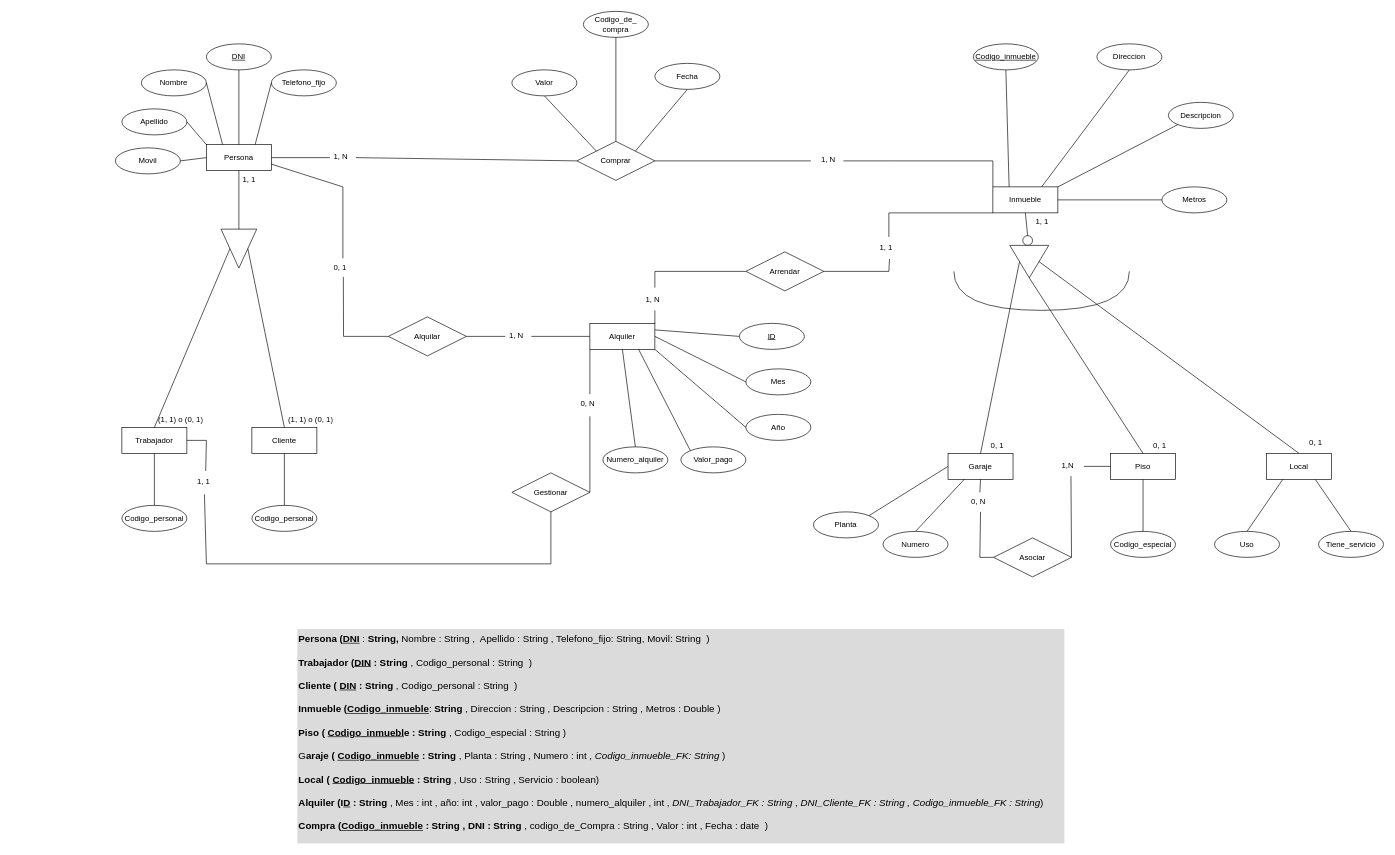
This is Actividad_18_C3_UD12.drawio from jordimall/jmg-tsys-ta12diagramasER-drawio-111023, a draw.io file, before an edit. Source tidied: cells renumbered, new cells numbered last; positions are measured from the earlier drawing's top-left corner, leaving out a move shared by most shapes. Both pictures are drawn from the tidied source at 65%, with x=0, y=0 at pixel (115, 11).
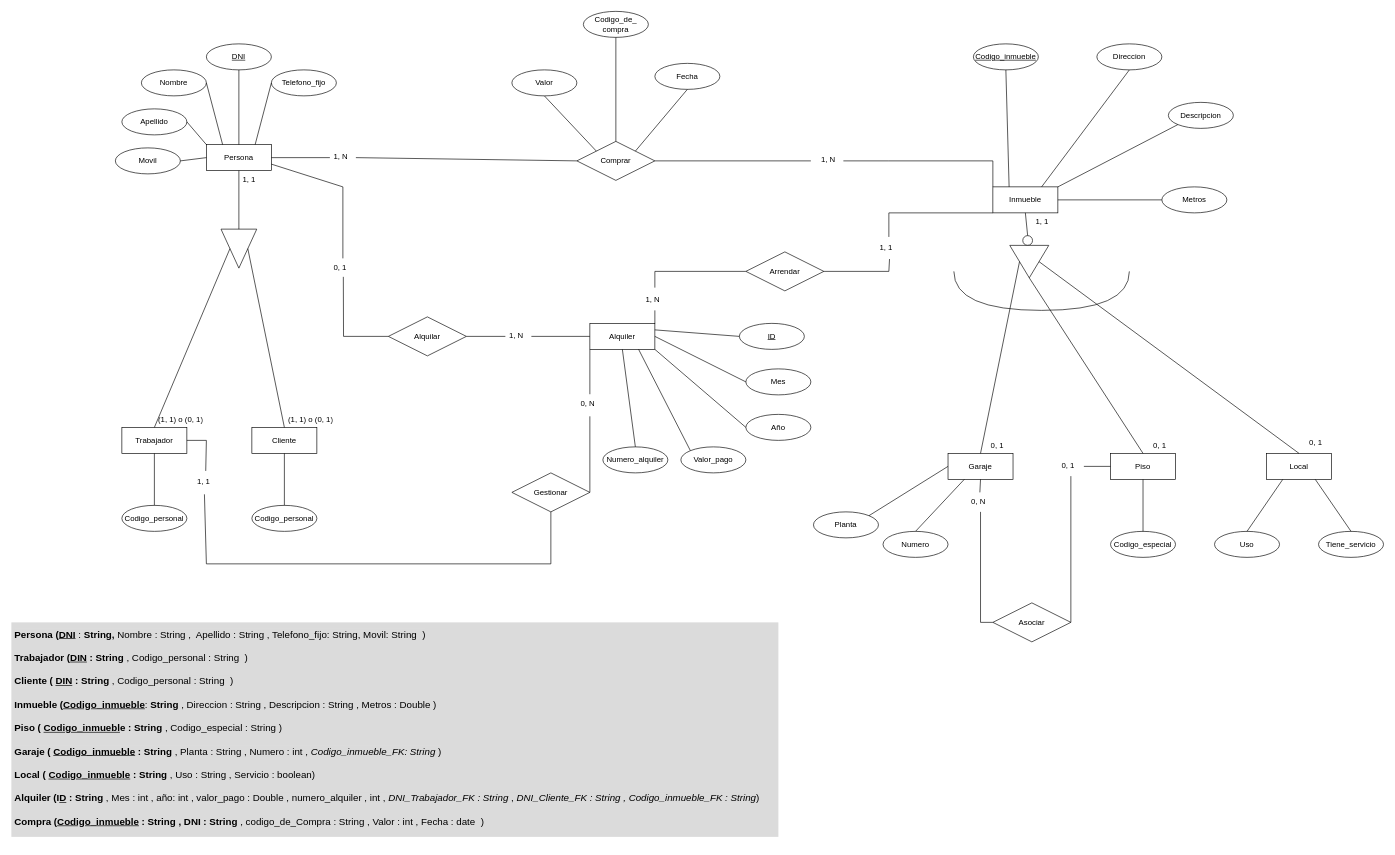
The same page after the edit.

The change refers to these unchanged cells:
```xml
<mxCell id="100" value="0, N" style="text;strokeColor=none;fillColor=none;spacingLeft=4;spacingRight=4;overflow=hidden;points=[[0,0.5],[1,0.5]];portConstraint=eastwest;fontSize=12;whiteSpace=wrap;html=1;" parent="1" vertex="1">
  <mxGeometry x="1311" y="740" width="40" height="30" as="geometry" />
</mxCell>
```

The edit, as a diff of the source:
```diff
@@
     <mxCell id="97" value="Asociar" style="shape=rhombus;perimeter=rhombusPerimeter;whiteSpace=wrap;html=1;align=center;" parent="1" vertex="1">
-      <mxGeometry x="1351" y="810" width="120" height="60" as="geometry" />
+      <mxGeometry x="1350" y="910" width="120" height="60" as="geometry" />
     </mxCell>
@@
     <mxCell id="99" style="endArrow=none;html=1;rounded=0;exitX=0;exitY=0.5;exitDx=0;exitDy=0;entryX=0.5;entryY=1;entryDx=0;entryDy=0;" parent="1" edge="1" source="97" target="100">
       <mxGeometry relative="1" as="geometry">
         <Array as="points">
-          <mxPoint x="1330" y="840" />
+          <mxPoint x="1331" y="940" />
         </Array>
       </mxGeometry>
     </mxCell>
@@
-    <mxCell id="102" value="1,N" style="text;strokeColor=none;fillColor=none;spacingLeft=4;spacingRight=4;overflow=hidden;points=[[0,0.5],[1,0.5]];portConstraint=eastwest;fontSize=12;whiteSpace=wrap;html=1;" parent="1" vertex="1">
+    <mxCell id="102" value="0, 1" style="text;strokeColor=none;fillColor=none;spacingLeft=4;spacingRight=4;overflow=hidden;points=[[0,0.5],[1,0.5]];portConstraint=eastwest;fontSize=12;whiteSpace=wrap;html=1;" parent="1" vertex="1">
       <mxGeometry x="1450" y="685" width="40" height="30" as="geometry" />
     </mxCell>
@@
-    <mxCell id="111" value="&lt;div style=&quot;&quot;&gt;&lt;span style=&quot;background-color: rgb(219, 219, 219);&quot;&gt;&lt;font style=&quot;font-size: 15px;&quot;&gt;&lt;b&gt;Persona (&lt;u style=&quot;&quot;&gt;DNI&lt;/u&gt;&lt;/b&gt; :&lt;b&gt; String,&lt;/b&gt; Nombre : String ,&amp;nbsp; Apellido : String , Telefono_fijo: String, Movil: String&amp;nbsp; )&lt;/font&gt;&lt;/span&gt;&lt;/div&gt;&lt;div style=&quot;&quot;&gt;&lt;span style=&quot;background-color: rgb(219, 219, 219);&quot;&gt;&lt;font style=&quot;font-size: 15px;&quot;&gt;&lt;br style=&quot;&quot;&gt;&lt;/font&gt;&lt;/span&gt;&lt;/div&gt;&lt;div style=&quot;&quot;&gt;&lt;span style=&quot;background-color: rgb(219, 219, 219);&quot;&gt;&lt;font style=&quot;font-size: 15px;&quot;&gt;&lt;b&gt;Trabajador (&lt;u&gt;DIN&lt;/u&gt;&lt;/b&gt; &lt;b&gt;: String&lt;/b&gt; , Codigo_personal : String&amp;nbsp; )&lt;/font&gt;&lt;/span&gt;&lt;/div&gt;&lt;div style=&quot;&quot;&gt;&lt;span style=&quot;background-color: rgb(219, 219, 219);&quot;&gt;&lt;font style=&quot;font-size: 15px;&quot;&gt;&lt;br style=&quot;&quot;&gt;&lt;/font&gt;&lt;/span&gt;&lt;/div&gt;&lt;div style=&quot;&quot;&gt;&lt;span style=&quot;background-color: rgb(219, 219, 219);&quot;&gt;&lt;font style=&quot;font-size: 15px;&quot;&gt;&lt;b&gt;Cliente ( &lt;u&gt;DIN&lt;/u&gt;&lt;/b&gt; &lt;b&gt;: String&lt;/b&gt; , Codigo_personal : String&amp;nbsp; )&lt;/font&gt;&lt;/span&gt;&lt;/div&gt;&lt;div style=&quot;&quot;&gt;&lt;span style=&quot;background-color: rgb(219, 219, 219);&quot;&gt;&lt;font style=&quot;font-size: 15px;&quot;&gt;&lt;br style=&quot;&quot;&gt;&lt;/font&gt;&lt;/span&gt;&lt;/div&gt;&lt;div style=&quot;&quot;&gt;&lt;span style=&quot;background-color: rgb(219, 219, 219);&quot;&gt;&lt;font style=&quot;font-size: 15px;&quot;&gt;&lt;b&gt;Inmueble (&lt;u&gt;Codigo_inmueble&lt;/u&gt;&lt;/b&gt;: &lt;b&gt;String &lt;/b&gt;, Direccion : String , Descripcion : String , Metros : Double )&lt;/font&gt;&lt;/span&gt;&lt;/div&gt;&lt;div style=&quot;&quot;&gt;&lt;span style=&quot;background-color: rgb(219, 219, 219);&quot;&gt;&lt;font style=&quot;font-size: 15px;&quot;&gt;&lt;br style=&quot;&quot;&gt;&lt;/font&gt;&lt;/span&gt;&lt;/div&gt;&lt;div style=&quot;&quot;&gt;&lt;span style=&quot;background-color: rgb(219, 219, 219);&quot;&gt;&lt;font style=&quot;font-size: 15px;&quot;&gt;&lt;b&gt;Piso ( &lt;u&gt;Codigo_inmuebl&lt;/u&gt;e : String &lt;/b&gt;, Codigo_especial : String )&lt;/font&gt;&lt;/span&gt;&lt;/div&gt;&lt;div style=&quot;&quot;&gt;&lt;span style=&quot;background-color: rgb(219, 219, 219);&quot;&gt;&lt;font style=&quot;font-size: 15px;&quot;&gt;&lt;br style=&quot;&quot;&gt;&lt;/font&gt;&lt;/span&gt;&lt;/div&gt;&lt;div style=&quot;&quot;&gt;&lt;span style=&quot;background-color: rgb(219, 219, 219);&quot;&gt;&lt;font style=&quot;font-size: 15px;&quot;&gt;G&lt;b&gt;araje ( &lt;u&gt;Codigo_inmueble&lt;/u&gt; : String&lt;/b&gt; , Planta : String , Numero : int , &lt;i&gt;Codigo_inmueble_FK: String&lt;/i&gt; )&lt;/font&gt;&lt;/span&gt;&lt;/div&gt;&lt;div style=&quot;&quot;&gt;&lt;span style=&quot;background-color: rgb(219, 219, 219);&quot;&gt;&lt;font style=&quot;font-size: 15px;&quot;&gt;&lt;br style=&quot;&quot;&gt;&lt;/font&gt;&lt;/span&gt;&lt;/div&gt;&lt;div style=&quot;&quot;&gt;&lt;span style=&quot;background-color: rgb(219, 219, 219);&quot;&gt;&lt;font style=&quot;font-size: 15px;&quot;&gt;&lt;b&gt;Local ( &lt;u&gt;Codigo_inmueble&lt;/u&gt; : String&lt;/b&gt; , Uso : String , Servicio : boolean)&amp;nbsp;&lt;/font&gt;&lt;/span&gt;&lt;/div&gt;&lt;div style=&quot;&quot;&gt;&lt;span style=&quot;background-color: rgb(219, 219, 219);&quot;&gt;&lt;font style=&quot;font-size: 15px;&quot;&gt;&lt;br style=&quot;&quot;&gt;&lt;/font&gt;&lt;/span&gt;&lt;/div&gt;&lt;div style=&quot;&quot;&gt;&lt;span style=&quot;background-color: rgb(219, 219, 219);&quot;&gt;&lt;font style=&quot;font-size: 15px;&quot;&gt;&lt;b&gt;Alquiler (I&lt;u&gt;D&lt;/u&gt; : String &lt;/b&gt;, Mes : int , año: int , valor_pago : Double , numero_alquiler , int , &lt;i&gt;DNI_Trabajador_FK : String&lt;/i&gt; , &lt;i&gt;DNI_Cliente_FK : String , Codigo_inmueble_FK : String&lt;/i&gt;)&lt;/font&gt;&lt;/span&gt;&lt;/div&gt;&lt;div style=&quot;&quot;&gt;&lt;span style=&quot;background-color: rgb(219, 219, 219);&quot;&gt;&lt;font style=&quot;font-size: 15px;&quot;&gt;&lt;br&gt;&lt;/font&gt;&lt;/span&gt;&lt;/div&gt;&lt;div style=&quot;&quot;&gt;&lt;span style=&quot;background-color: rgb(219, 219, 219);&quot;&gt;&lt;font style=&quot;font-size: 15px;&quot;&gt;&lt;b&gt;Compra (&lt;u style=&quot;&quot;&gt;Codigo_inmueble&lt;/u&gt; : String&lt;/b&gt; &lt;b&gt;, DNI : String&lt;/b&gt; , codigo_de_Compra : String , Valor : int , Fecha : date&amp;nbsp; )&lt;/font&gt;&lt;/span&gt;&lt;/div&gt;" style="text;html=1;strokeColor=none;fillColor=#dbdbdb;align=left;verticalAlign=top;whiteSpace=wrap;rounded=0;fontSize=15;" parent="1" vertex="1">
-      <mxGeometry x="280" y="950" width="1180" height="330" as="geometry" />
+    <mxCell id="111" value="&lt;div style=&quot;&quot;&gt;&lt;span style=&quot;background-color: rgb(219, 219, 219);&quot;&gt;&lt;font style=&quot;font-size: 15px;&quot;&gt;&lt;b&gt;Persona (&lt;u style=&quot;&quot;&gt;DNI&lt;/u&gt;&lt;/b&gt; :&lt;b&gt; String,&lt;/b&gt; Nombre : String ,&amp;nbsp; Apellido : String , Telefono_fijo: String, Movil: String&amp;nbsp; )&lt;/font&gt;&lt;/span&gt;&lt;/div&gt;&lt;div style=&quot;&quot;&gt;&lt;span style=&quot;background-color: rgb(219, 219, 219);&quot;&gt;&lt;font style=&quot;font-size: 15px;&quot;&gt;&lt;br style=&quot;&quot;&gt;&lt;/font&gt;&lt;/span&gt;&lt;/div&gt;&lt;div style=&quot;&quot;&gt;&lt;span style=&quot;background-color: rgb(219, 219, 219);&quot;&gt;&lt;font style=&quot;font-size: 15px;&quot;&gt;&lt;b&gt;Trabajador (&lt;u&gt;DIN&lt;/u&gt;&lt;/b&gt; &lt;b&gt;: String&lt;/b&gt; , Codigo_personal : String&amp;nbsp; )&lt;/font&gt;&lt;/span&gt;&lt;/div&gt;&lt;div style=&quot;&quot;&gt;&lt;span style=&quot;background-color: rgb(219, 219, 219);&quot;&gt;&lt;font style=&quot;font-size: 15px;&quot;&gt;&lt;br style=&quot;&quot;&gt;&lt;/font&gt;&lt;/span&gt;&lt;/div&gt;&lt;div style=&quot;&quot;&gt;&lt;span style=&quot;background-color: rgb(219, 219, 219);&quot;&gt;&lt;font style=&quot;font-size: 15px;&quot;&gt;&lt;b&gt;Cliente ( &lt;u&gt;DIN&lt;/u&gt;&lt;/b&gt; &lt;b&gt;: String&lt;/b&gt; , Codigo_personal : String&amp;nbsp; )&lt;/font&gt;&lt;/span&gt;&lt;/div&gt;&lt;div style=&quot;&quot;&gt;&lt;span style=&quot;background-color: rgb(219, 219, 219);&quot;&gt;&lt;font style=&quot;font-size: 15px;&quot;&gt;&lt;br style=&quot;&quot;&gt;&lt;/font&gt;&lt;/span&gt;&lt;/div&gt;&lt;div style=&quot;&quot;&gt;&lt;span style=&quot;background-color: rgb(219, 219, 219);&quot;&gt;&lt;font style=&quot;font-size: 15px;&quot;&gt;&lt;b&gt;Inmueble (&lt;u&gt;Codigo_inmueble&lt;/u&gt;&lt;/b&gt;: &lt;b&gt;String &lt;/b&gt;, Direccion : String , Descripcion : String , Metros : Double )&lt;/font&gt;&lt;/span&gt;&lt;/div&gt;&lt;div style=&quot;&quot;&gt;&lt;span style=&quot;background-color: rgb(219, 219, 219);&quot;&gt;&lt;font style=&quot;font-size: 15px;&quot;&gt;&lt;br style=&quot;&quot;&gt;&lt;/font&gt;&lt;/span&gt;&lt;/div&gt;&lt;div style=&quot;&quot;&gt;&lt;span style=&quot;background-color: rgb(219, 219, 219);&quot;&gt;&lt;font style=&quot;font-size: 15px;&quot;&gt;&lt;b&gt;Piso ( &lt;u&gt;Codigo_inmuebl&lt;/u&gt;e : String &lt;/b&gt;, Codigo_especial : String )&lt;/font&gt;&lt;/span&gt;&lt;/div&gt;&lt;div style=&quot;&quot;&gt;&lt;span style=&quot;background-color: rgb(219, 219, 219);&quot;&gt;&lt;font style=&quot;font-size: 15px;&quot;&gt;&lt;br style=&quot;&quot;&gt;&lt;/font&gt;&lt;/span&gt;&lt;/div&gt;&lt;div style=&quot;&quot;&gt;&lt;span style=&quot;background-color: rgb(219, 219, 219);&quot;&gt;&lt;font style=&quot;font-size: 15px;&quot;&gt;&lt;b&gt;Garaje ( &lt;u&gt;Codigo_inmueble&lt;/u&gt; : String&lt;/b&gt; , Planta : String , Numero : int , &lt;i&gt;Codigo_inmueble_FK: String&lt;/i&gt; )&lt;/font&gt;&lt;/span&gt;&lt;/div&gt;&lt;div style=&quot;&quot;&gt;&lt;span style=&quot;background-color: rgb(219, 219, 219);&quot;&gt;&lt;font style=&quot;font-size: 15px;&quot;&gt;&lt;br style=&quot;&quot;&gt;&lt;/font&gt;&lt;/span&gt;&lt;/div&gt;&lt;div style=&quot;&quot;&gt;&lt;span style=&quot;background-color: rgb(219, 219, 219);&quot;&gt;&lt;font style=&quot;font-size: 15px;&quot;&gt;&lt;b&gt;Local ( &lt;u&gt;Codigo_inmueble&lt;/u&gt; : String&lt;/b&gt; , Uso : String , Servicio : boolean)&amp;nbsp;&lt;/font&gt;&lt;/span&gt;&lt;/div&gt;&lt;div style=&quot;&quot;&gt;&lt;span style=&quot;background-color: rgb(219, 219, 219);&quot;&gt;&lt;font style=&quot;font-size: 15px;&quot;&gt;&lt;br style=&quot;&quot;&gt;&lt;/font&gt;&lt;/span&gt;&lt;/div&gt;&lt;div style=&quot;&quot;&gt;&lt;span style=&quot;background-color: rgb(219, 219, 219);&quot;&gt;&lt;font style=&quot;font-size: 15px;&quot;&gt;&lt;b&gt;Alquiler (I&lt;u&gt;D&lt;/u&gt; : String &lt;/b&gt;, Mes : int , año: int , valor_pago : Double , numero_alquiler , int , &lt;i&gt;DNI_Trabajador_FK : String&lt;/i&gt; , &lt;i&gt;DNI_Cliente_FK : String , Codigo_inmueble_FK : String&lt;/i&gt;)&lt;/font&gt;&lt;/span&gt;&lt;/div&gt;&lt;div style=&quot;&quot;&gt;&lt;span style=&quot;background-color: rgb(219, 219, 219);&quot;&gt;&lt;font style=&quot;font-size: 15px;&quot;&gt;&lt;br&gt;&lt;/font&gt;&lt;/span&gt;&lt;/div&gt;&lt;div style=&quot;&quot;&gt;&lt;span style=&quot;background-color: rgb(219, 219, 219);&quot;&gt;&lt;font style=&quot;font-size: 15px;&quot;&gt;&lt;b&gt;Compra (&lt;u style=&quot;&quot;&gt;Codigo_inmueble&lt;/u&gt; : String&lt;/b&gt; &lt;b&gt;, DNI : String&lt;/b&gt; , codigo_de_Compra : String , Valor : int , Fecha : date&amp;nbsp; )&lt;/font&gt;&lt;/span&gt;&lt;/div&gt;" style="text;html=1;strokeColor=none;fillColor=#dbdbdb;align=left;verticalAlign=top;whiteSpace=wrap;rounded=0;fontSize=15;spacing=5;" parent="1" vertex="1">
+      <mxGeometry x="-160" y="940" width="1180" height="330" as="geometry" />
     </mxCell>
```
